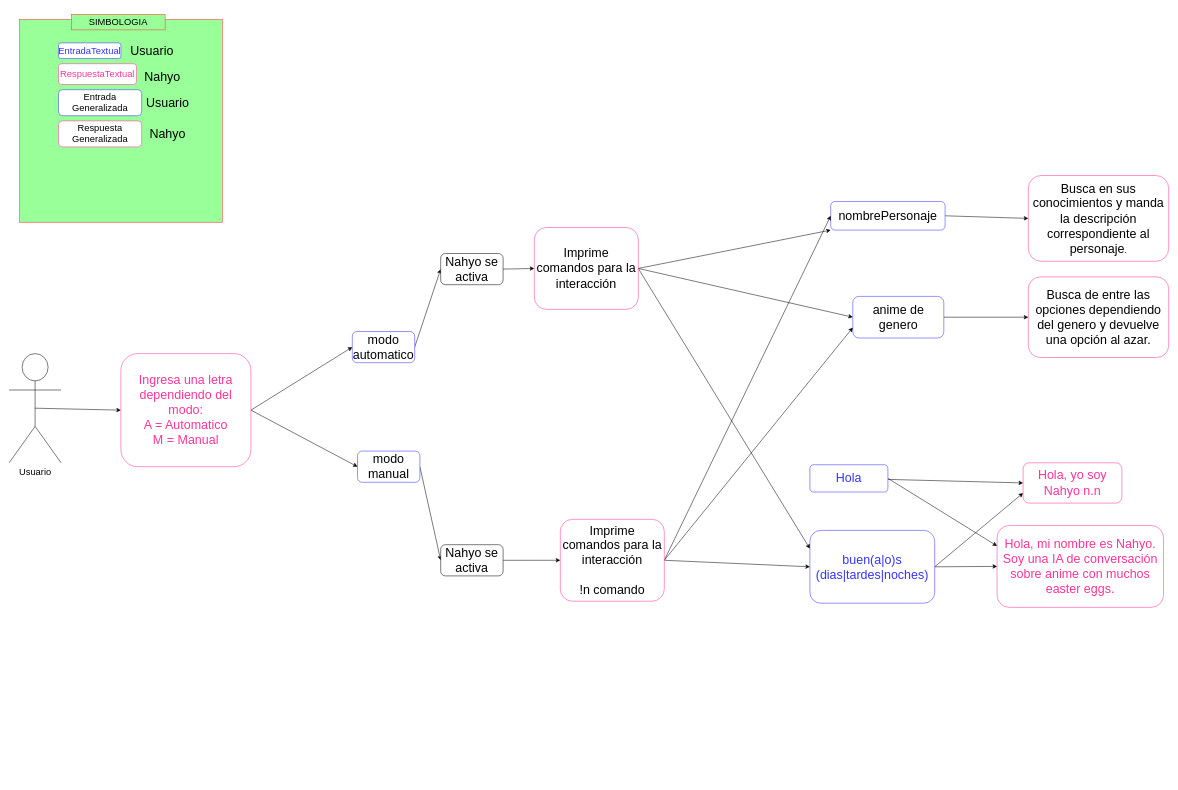
Earlier version of the draw.io diagram Diagrama/DiagramaGeneral.drawio (cynthializbeth/ChatBot). Source tidied: cells renumbered, new cells numbered last; positions are measured from the earlier drawing's top-left corner, leaving out a move shared by most shapes. Both pictures are drawn from the tidied source at 52%, with x=0, y=0 at pixel (9, 14).
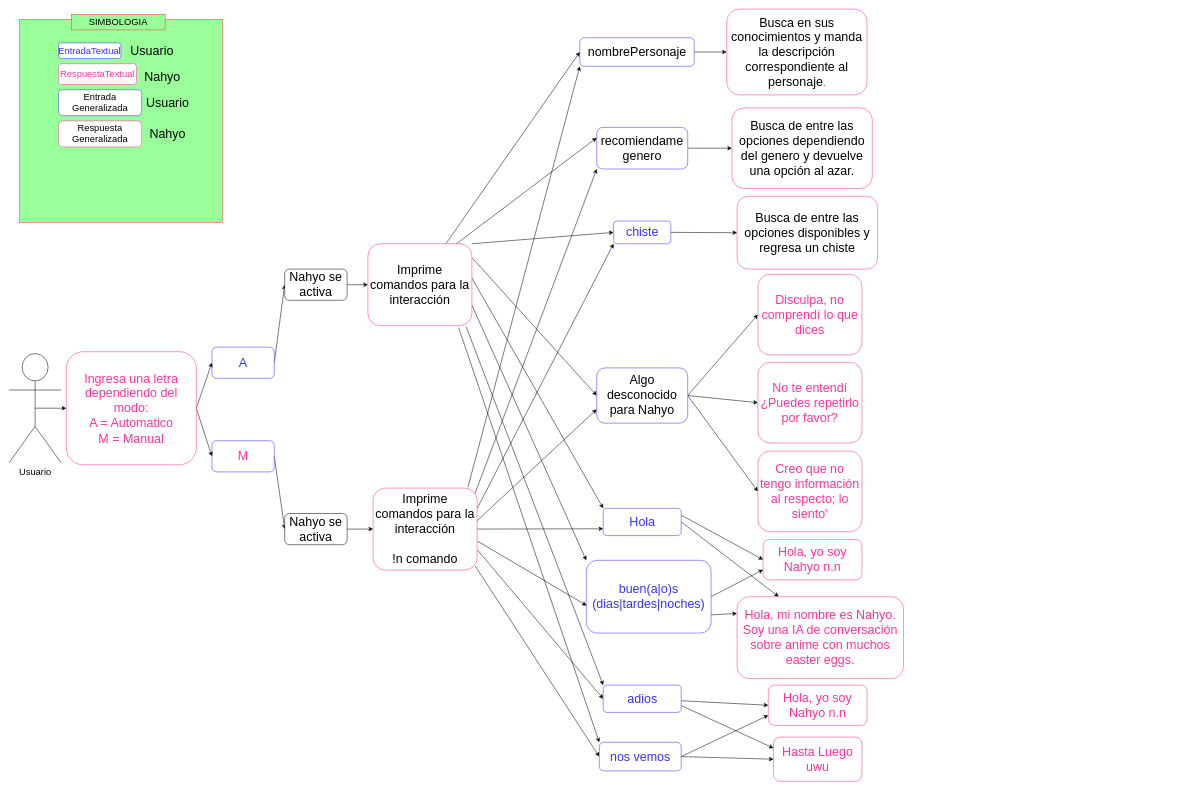
After the change.

Diff of the diagram source:
```diff
@@
-    <mxCell id="3" style="rounded=0;jettySize=auto;html=1;entryX=0;entryY=0.5;entryDx=0;entryDy=0;" parent="1" edge="1" source="5" target="9">
+    <mxCell id="3" style="rounded=0;jettySize=auto;html=1;entryX=0;entryY=0.5;entryDx=0;entryDy=0;exitX=1;exitY=0.25;exitDx=0;exitDy=0;" parent="1" edge="1" source="5" target="9">
       <mxGeometry relative="1" as="geometry" />
     </mxCell>
-    <mxCell id="4" style="rounded=0;jettySize=auto;html=1;exitX=1;exitY=0.5;exitDx=0;exitDy=0;entryX=0;entryY=0.25;entryDx=0;entryDy=0;" parent="1" edge="1" source="5" target="10">
+    <mxCell id="4" style="rounded=0;jettySize=auto;html=1;exitX=1;exitY=0.5;exitDx=0;exitDy=0;entryX=0.25;entryY=0;entryDx=0;entryDy=0;" parent="1" edge="1" source="5" target="10">
       <mxGeometry relative="1" as="geometry" />
     </mxCell>
     <mxCell id="5" value="&lt;div&gt;&lt;font style=&quot;font-size: 24px;&quot; color=&quot;#3333FF&quot;&gt;Hola&lt;/font&gt;&lt;/div&gt;" style="rounded=1;whiteSpace=wrap;html=1;strokeColor=#3333FF;" parent="1" vertex="1">
-      <mxGeometry x="1540" y="866.2" width="150" height="52.5" as="geometry" />
+      <mxGeometry x="1142.5" y="950" width="150" height="52.5" as="geometry" />
     </mxCell>
-    <mxCell id="6" style="rounded=0;jettySize=auto;html=1;exitX=1;exitY=0.5;exitDx=0;exitDy=0;entryX=0;entryY=0.5;entryDx=0;entryDy=0;" parent="1" edge="1" source="8" target="10">
+    <mxCell id="6" style="rounded=0;jettySize=auto;html=1;exitX=1;exitY=0.75;exitDx=0;exitDy=0;entryX=-0.001;entryY=0.205;entryDx=0;entryDy=0;entryPerimeter=0;" parent="1" edge="1" source="8" target="10">
       <mxGeometry relative="1" as="geometry" />
     </mxCell>
@@
     <mxCell id="8" value="&lt;font style=&quot;font-size: 24px;&quot; color=&quot;#3333FF&quot;&gt;buen(a|o)s (dias|tardes|noches)&lt;/font&gt;" style="rounded=1;whiteSpace=wrap;html=1;strokeColor=#3333FF;" parent="1" vertex="1">
-      <mxGeometry x="1540" y="992.5" width="240" height="140" as="geometry" />
+      <mxGeometry x="1110" y="1050" width="240" height="140" as="geometry" />
     </mxCell>
     <mxCell id="9" value="&lt;font style=&quot;font-size: 24px;&quot; color=&quot;#FF3399&quot;&gt;Hola, yo soy Nahyo n.n&lt;/font&gt;" style="rounded=1;whiteSpace=wrap;html=1;strokeColor=#FF3399;" parent="1" vertex="1">
-      <mxGeometry x="1950" y="862.5" width="190" height="77.5" as="geometry" />
+      <mxGeometry x="1450" y="1010" width="190" height="77.5" as="geometry" />
     </mxCell>
     <mxCell id="10" value="&lt;font style=&quot;font-size: 24px;&quot; color=&quot;#FF3399&quot;&gt;Hola, mi nombre es Nahyo. Soy una IA de conversación sobre anime con muchos easter eggs.&lt;/font&gt;" style="rounded=1;whiteSpace=wrap;html=1;strokeColor=#FF3399;" parent="1" vertex="1">
-      <mxGeometry x="1900" y="983" width="320" height="157.5" as="geometry" />
+      <mxGeometry x="1400" y="1120" width="320" height="157.5" as="geometry" />
     </mxCell>
@@
     <mxCell id="20" value="&lt;font style=&quot;font-size: 24px;&quot;&gt;nombrePersonaje&lt;/font&gt;" style="rounded=1;whiteSpace=wrap;html=1;strokeColor=#3333FF;" parent="1" vertex="1">
-      <mxGeometry x="1580" y="360" width="220" height="55" as="geometry" />
+      <mxGeometry x="1097.5" y="45" width="220" height="55" as="geometry" />
     </mxCell>
     <mxCell id="21" value="&lt;div&gt;&lt;font style=&quot;font-size: 24px;&quot;&gt;Busca en sus conocimientos y manda la descripción correspondiente al personaje&lt;/font&gt;&lt;font size=&quot;3&quot;&gt;.&lt;/font&gt;&lt;/div&gt;" style="rounded=1;whiteSpace=wrap;html=1;strokeColor=#FF3399;" parent="1" vertex="1">
-      <mxGeometry x="1960" y="310" width="270" height="165" as="geometry" />
+      <mxGeometry x="1380" y="-10" width="270" height="165" as="geometry" />
     </mxCell>
@@
-    <mxCell id="23" value="&lt;font style=&quot;font-size: 24px;&quot;&gt;anime de genero&lt;/font&gt;" style="rounded=1;whiteSpace=wrap;html=1;strokeColor=#3333FF;" parent="1" vertex="1">
-      <mxGeometry x="1622.5" y="542.5" width="175" height="80" as="geometry" />
+    <mxCell id="23" value="&lt;font style=&quot;font-size: 24px;&quot;&gt;recomiendame genero&lt;/font&gt;" style="rounded=1;whiteSpace=wrap;html=1;strokeColor=#3333FF;" parent="1" vertex="1">
+      <mxGeometry x="1130" y="217.5" width="175" height="80" as="geometry" />
     </mxCell>
     <mxCell id="24" value="&lt;font style=&quot;font-size: 24px;&quot;&gt;Busca de entre las opciones dependiendo del genero y devuelve una opción al azar.&lt;/font&gt;" style="rounded=1;whiteSpace=wrap;html=1;strokeColor=#FF3399;" parent="1" vertex="1">
-      <mxGeometry x="1960" y="505" width="270" height="155" as="geometry" />
+      <mxGeometry x="1390" y="180" width="270" height="155" as="geometry" />
     </mxCell>
@@
-    <mxCell id="29" value="modo automatico" style="rounded=1;whiteSpace=wrap;html=1;fontSize=24;strokeColor=#3333FF;" parent="1" vertex="1">
-      <mxGeometry x="660" y="610" width="120" height="60" as="geometry" />
+    <mxCell id="29" value="&lt;font color=&quot;#3333FF&quot;&gt;A&lt;/font&gt;" style="rounded=1;whiteSpace=wrap;html=1;fontSize=24;strokeColor=#3333FF;" parent="1" vertex="1">
+      <mxGeometry x="390" y="640" width="120" height="60" as="geometry" />
     </mxCell>
@@
-    <mxCell id="31" value="modo manual" style="rounded=1;whiteSpace=wrap;html=1;fontSize=24;strokeColor=#3333FF;" parent="1" vertex="1">
-      <mxGeometry x="670" y="840" width="120" height="60" as="geometry" />
+    <mxCell id="31" value="&lt;font color=&quot;#FF3399&quot;&gt;M&lt;/font&gt;" style="rounded=1;whiteSpace=wrap;html=1;fontSize=24;strokeColor=#3333FF;" parent="1" vertex="1">
+      <mxGeometry x="390" y="820" width="120" height="60" as="geometry" />
     </mxCell>
-    <mxCell id="32" style="edgeStyle=none;rounded=0;jettySize=auto;html=1;exitX=1;exitY=0.5;exitDx=0;exitDy=0;entryX=0;entryY=0.25;entryDx=0;entryDy=0;fontSize=24;" parent="1" edge="1" source="45" target="8">
-      <mxGeometry relative="1" as="geometry" />
-    </mxCell>
-    <mxCell id="33" style="edgeStyle=none;rounded=0;jettySize=auto;html=1;exitX=1;exitY=0.5;exitDx=0;exitDy=0;entryX=0;entryY=0.5;entryDx=0;entryDy=0;fontSize=24;" parent="1" edge="1" source="45" target="23">
-      <mxGeometry relative="1" as="geometry" />
-    </mxCell>
-    <mxCell id="34" style="edgeStyle=none;rounded=0;jettySize=auto;html=1;fontSize=24;entryX=0;entryY=1;entryDx=0;entryDy=0;exitX=1;exitY=0.5;exitDx=0;exitDy=0;" parent="1" edge="1" source="45" target="20">
-      <mxGeometry relative="1" as="geometry" />
-    </mxCell>
@@
     <mxCell id="36" value="Nahyo se activa" style="rounded=1;whiteSpace=wrap;html=1;fontSize=24;" parent="1" vertex="1">
-      <mxGeometry x="830" y="460" width="120" height="60" as="geometry" />
+      <mxGeometry x="530" y="490" width="120" height="60" as="geometry" />
     </mxCell>
-    <mxCell id="37" style="edgeStyle=none;rounded=0;jettySize=auto;html=1;exitX=1;exitY=0.5;exitDx=0;exitDy=0;entryX=0;entryY=0.75;entryDx=0;entryDy=0;fontSize=24;" parent="1" edge="1" source="46" target="23">
-      <mxGeometry relative="1" as="geometry" />
-    </mxCell>
-    <mxCell id="38" style="edgeStyle=none;rounded=0;jettySize=auto;html=1;exitX=1;exitY=0.5;exitDx=0;exitDy=0;entryX=0;entryY=0.5;entryDx=0;entryDy=0;fontSize=24;" parent="1" edge="1" source="46" target="20">
-      <mxGeometry relative="1" as="geometry" />
-    </mxCell>
@@
     <mxCell id="40" value="Nahyo se activa" style="rounded=1;whiteSpace=wrap;html=1;fontSize=24;" parent="1" vertex="1">
-      <mxGeometry x="830" y="1020" width="120" height="60" as="geometry" />
+      <mxGeometry x="530" y="960" width="120" height="60" as="geometry" />
     </mxCell>
@@
     <mxCell id="43" value="&lt;div&gt;&lt;font style=&quot;font-size: 24px;&quot; color=&quot;#FF3399&quot;&gt;Ingresa una letra dependiendo del modo:&lt;/font&gt;&lt;/div&gt;&lt;div&gt;&lt;font style=&quot;font-size: 24px;&quot; color=&quot;#FF3399&quot;&gt;A = Automatico&lt;/font&gt;&lt;/div&gt;&lt;div&gt;&lt;font style=&quot;font-size: 24px;&quot; color=&quot;#FF3399&quot;&gt;M = Manual&lt;/font&gt;&lt;font color=&quot;#FF3399&quot;&gt;&lt;br&gt;&lt;/font&gt;&lt;/div&gt;" style="rounded=1;whiteSpace=wrap;html=1;strokeColor=#FF3399;" parent="1" vertex="1">
-      <mxGeometry x="215" y="652.5" width="250" height="217.5" as="geometry" />
+      <mxGeometry x="110" y="648.8" width="250" height="217.5" as="geometry" />
     </mxCell>
+    <mxCell id="34" style="edgeStyle=none;rounded=0;jettySize=auto;html=1;exitX=0.75;exitY=0;exitDx=0;exitDy=0;entryX=0;entryY=0.5;entryDx=0;entryDy=0;fontSize=24;fontColor=#FF3399;" parent="1" edge="1" source="45" target="20">
+      <mxGeometry relative="1" as="geometry" />
+    </mxCell>
+    <mxCell id="33" style="edgeStyle=none;rounded=0;jettySize=auto;html=1;exitX=0.845;exitY=0.007;exitDx=0;exitDy=0;entryX=0;entryY=0.25;entryDx=0;entryDy=0;fontSize=24;fontColor=#FF3399;exitPerimeter=0;" parent="1" edge="1" source="45" target="23">
+      <mxGeometry relative="1" as="geometry" />
+    </mxCell>
+    <mxCell id="47" style="edgeStyle=none;rounded=0;jettySize=auto;html=1;exitX=1;exitY=0;exitDx=0;exitDy=0;entryX=0;entryY=0.5;entryDx=0;entryDy=0;fontSize=24;fontColor=#FF3399;" parent="1" edge="1" source="45" target="58">
+      <mxGeometry relative="1" as="geometry" />
+    </mxCell>
+    <mxCell id="48" style="edgeStyle=none;rounded=0;jettySize=auto;html=1;exitX=1.005;exitY=0.176;exitDx=0;exitDy=0;entryX=0;entryY=0.5;entryDx=0;entryDy=0;fontSize=24;fontColor=#FF3399;exitPerimeter=0;" parent="1" edge="1" source="45" target="63">
+      <mxGeometry relative="1" as="geometry" />
+    </mxCell>
+    <mxCell id="49" style="edgeStyle=none;rounded=0;jettySize=auto;html=1;fontSize=24;fontColor=#FF3399;exitX=0.998;exitY=0.413;exitDx=0;exitDy=0;entryX=0;entryY=0;entryDx=0;entryDy=0;exitPerimeter=0;" parent="1" edge="1" source="45" target="5">
+      <mxGeometry relative="1" as="geometry" />
+    </mxCell>
+    <mxCell id="32" style="edgeStyle=none;rounded=0;jettySize=auto;html=1;exitX=1;exitY=0.75;exitDx=0;exitDy=0;entryX=0;entryY=0;entryDx=0;entryDy=0;fontSize=24;fontColor=#FF3399;" parent="1" edge="1" source="45" target="8">
+      <mxGeometry relative="1" as="geometry" />
+    </mxCell>
+    <mxCell id="50" style="edgeStyle=none;rounded=0;jettySize=auto;html=1;entryX=0;entryY=0;entryDx=0;entryDy=0;fontSize=24;fontColor=#3333FF;exitX=0.945;exitY=1.014;exitDx=0;exitDy=0;exitPerimeter=0;" parent="1" edge="1" source="45" target="69">
+      <mxGeometry relative="1" as="geometry" />
+    </mxCell>
+    <mxCell id="51" style="edgeStyle=none;rounded=0;jettySize=auto;html=1;exitX=0.872;exitY=1.023;exitDx=0;exitDy=0;entryX=0;entryY=0;entryDx=0;entryDy=0;fontSize=24;fontColor=#3333FF;exitPerimeter=0;" parent="1" edge="1" source="45" target="72">
+      <mxGeometry relative="1" as="geometry" />
+    </mxCell>
+    <mxCell id="45" value="&lt;font style=&quot;font-size: 24px;&quot;&gt;Imprime comandos para la interacción&lt;/font&gt;" style="rounded=1;whiteSpace=wrap;html=1;strokeColor=#FF3399;" parent="1" vertex="1">
+      <mxGeometry x="690" y="441.2" width="200" height="157.5" as="geometry" />
+    </mxCell>
+    <mxCell id="38" style="edgeStyle=none;rounded=0;jettySize=auto;html=1;exitX=0.912;exitY=-0.011;exitDx=0;exitDy=0;entryX=0;entryY=1;entryDx=0;entryDy=0;fontSize=24;fontColor=#FF3399;exitPerimeter=0;" parent="1" edge="1" source="46" target="20">
+      <mxGeometry relative="1" as="geometry" />
+    </mxCell>
+    <mxCell id="37" style="edgeStyle=none;rounded=0;jettySize=auto;html=1;entryX=0;entryY=1;entryDx=0;entryDy=0;fontSize=24;fontColor=#FF3399;exitX=0.98;exitY=0.067;exitDx=0;exitDy=0;exitPerimeter=0;" parent="1" edge="1" source="46" target="23">
+      <mxGeometry relative="1" as="geometry" />
+    </mxCell>
+    <mxCell id="52" style="edgeStyle=none;rounded=0;jettySize=auto;html=1;exitX=0.999;exitY=0.399;exitDx=0;exitDy=0;entryX=0;entryY=0.75;entryDx=0;entryDy=0;fontSize=24;fontColor=#FF3399;exitPerimeter=0;" parent="1" edge="1" source="46" target="63">
+      <mxGeometry relative="1" as="geometry" />
+    </mxCell>
+    <mxCell id="53" style="edgeStyle=none;rounded=0;jettySize=auto;html=1;exitX=1;exitY=0.5;exitDx=0;exitDy=0;entryX=0;entryY=0.75;entryDx=0;entryDy=0;fontSize=24;fontColor=#FF3399;" parent="1" edge="1" source="46" target="5">
+      <mxGeometry relative="1" as="geometry" />
+    </mxCell>
-    <mxCell id="44" style="rounded=0;jettySize=auto;html=1;exitX=1;exitY=0.5;exitDx=0;exitDy=0;fontSize=24;entryX=0;entryY=0.5;entryDx=0;entryDy=0;" parent="1" edge="1" source="46" target="8">
+    <mxCell id="44" style="edgeStyle=none;rounded=0;jettySize=auto;html=1;exitX=1.006;exitY=0.649;exitDx=0;exitDy=0;entryX=0.002;entryY=0.621;entryDx=0;entryDy=0;entryPerimeter=0;fontSize=24;fontColor=#FF3399;exitPerimeter=0;" parent="1" edge="1" source="46" target="8">
       <mxGeometry relative="1" as="geometry" />
     </mxCell>
-    <mxCell id="45" value="&lt;font style=&quot;font-size: 24px;&quot;&gt;Imprime comandos para la interacción&lt;/font&gt;" style="rounded=1;whiteSpace=wrap;html=1;strokeColor=#FF3399;" parent="1" vertex="1">
-      <mxGeometry x="1010" y="410" width="200" height="157.5" as="geometry" />
-    </mxCell>
+    <mxCell id="54" style="edgeStyle=none;rounded=0;jettySize=auto;html=1;entryX=0;entryY=1;entryDx=0;entryDy=0;fontSize=24;fontColor=#3333FF;exitX=1;exitY=0.25;exitDx=0;exitDy=0;" parent="1" edge="1" source="46" target="58">
+      <mxGeometry relative="1" as="geometry" />
+    </mxCell>
+    <mxCell id="55" style="edgeStyle=none;rounded=0;jettySize=auto;html=1;exitX=1;exitY=0.75;exitDx=0;exitDy=0;entryX=0;entryY=0.5;entryDx=0;entryDy=0;fontSize=24;fontColor=#3333FF;" parent="1" edge="1" source="46" target="69">
+      <mxGeometry relative="1" as="geometry" />
+    </mxCell>
+    <mxCell id="56" style="edgeStyle=none;rounded=0;jettySize=auto;html=1;exitX=0.98;exitY=0.948;exitDx=0;exitDy=0;entryX=0;entryY=0.5;entryDx=0;entryDy=0;fontSize=24;fontColor=#3333FF;exitPerimeter=0;" parent="1" edge="1" source="46" target="72">
+      <mxGeometry relative="1" as="geometry" />
+    </mxCell>
     <mxCell id="46" value="&lt;div&gt;&lt;font style=&quot;font-size: 24px;&quot;&gt;Imprime comandos para la interacción&lt;/font&gt;&lt;/div&gt;&lt;div&gt;&lt;font style=&quot;font-size: 24px;&quot;&gt;&lt;br&gt;&lt;/font&gt;&lt;/div&gt;&lt;div&gt;&lt;font style=&quot;font-size: 24px;&quot;&gt;!n comando &lt;br&gt;&lt;/font&gt;&lt;/div&gt;" style="rounded=1;whiteSpace=wrap;html=1;strokeColor=#FF3399;" parent="1" vertex="1">
-      <mxGeometry x="1060" y="971.2" width="200" height="157.5" as="geometry" />
+      <mxGeometry x="700" y="911.2" width="200" height="157.5" as="geometry" />
     </mxCell>
+    <mxCell id="57" style="edgeStyle=none;rounded=0;jettySize=auto;html=1;exitX=1;exitY=0.5;exitDx=0;exitDy=0;entryX=0;entryY=0.5;entryDx=0;entryDy=0;fontSize=18;" parent="1" edge="1" source="58" target="59">
+      <mxGeometry relative="1" as="geometry" />
+    </mxCell>
+    <mxCell id="58" value="&lt;font style=&quot;font-size: 24px;&quot; color=&quot;#3333FF&quot;&gt;chiste&lt;/font&gt;" style="rounded=1;whiteSpace=wrap;html=1;strokeColor=#3333FF;" parent="1" vertex="1">
+      <mxGeometry x="1162.5" y="397.5" width="110" height="43.8" as="geometry" />
+    </mxCell>
+    <mxCell id="59" value="&lt;font style=&quot;font-size: 24px;&quot;&gt;Busca de entre las opciones disponibles y regresa un chiste&lt;br&gt;&lt;/font&gt;" style="rounded=1;whiteSpace=wrap;html=1;strokeColor=#FF3399;" parent="1" vertex="1">
+      <mxGeometry x="1400" y="350" width="270" height="140" as="geometry" />
+    </mxCell>
+    <mxCell id="60" style="edgeStyle=none;rounded=0;jettySize=auto;html=1;exitX=1;exitY=0.5;exitDx=0;exitDy=0;entryX=0;entryY=0.5;entryDx=0;entryDy=0;fontSize=18;" parent="1" edge="1" source="63" target="64">
+      <mxGeometry relative="1" as="geometry" />
+    </mxCell>
+    <mxCell id="61" style="rounded=0;jettySize=auto;html=1;exitX=1;exitY=0.5;exitDx=0;exitDy=0;entryX=0;entryY=0.5;entryDx=0;entryDy=0;fontSize=24;fontColor=#FF3399;" parent="1" edge="1" source="63" target="65">
+      <mxGeometry relative="1" as="geometry" />
+    </mxCell>
+    <mxCell id="62" style="edgeStyle=none;rounded=0;jettySize=auto;html=1;exitX=1;exitY=0.5;exitDx=0;exitDy=0;entryX=0;entryY=0.5;entryDx=0;entryDy=0;fontSize=24;fontColor=#FF3399;" parent="1" edge="1" source="63" target="66">
+      <mxGeometry relative="1" as="geometry" />
+    </mxCell>
+    <mxCell id="63" value="&lt;font style=&quot;font-size: 24px;&quot;&gt;Algo desconocido para Nahyo&lt;/font&gt;" style="rounded=1;whiteSpace=wrap;html=1;strokeColor=#3333FF;" parent="1" vertex="1">
+      <mxGeometry x="1130" y="680" width="175" height="106.2" as="geometry" />
+    </mxCell>
+    <mxCell id="64" value="&lt;font style=&quot;font-size: 24px;&quot; color=&quot;#FF3399&quot;&gt;No te entendí ¿Puedes repetirlo por favor?&lt;/font&gt;" style="rounded=1;whiteSpace=wrap;html=1;strokeColor=#FF3399;" parent="1" vertex="1">
+      <mxGeometry x="1440" y="669.4" width="200" height="155" as="geometry" />
+    </mxCell>
+    <mxCell id="65" value="&lt;font style=&quot;font-size: 24px;&quot; color=&quot;#FF3399&quot;&gt;Creo que no tengo información al respecto; lo siento'&lt;br&gt;&lt;/font&gt;" style="rounded=1;whiteSpace=wrap;html=1;strokeColor=#FF3399;" parent="1" vertex="1">
+      <mxGeometry x="1440" y="840" width="200" height="155" as="geometry" />
+    </mxCell>
+    <mxCell id="66" value="&lt;font style=&quot;font-size: 24px;&quot; color=&quot;#FF3399&quot;&gt;Disculpa, no comprendí lo que dices&lt;br&gt;&lt;/font&gt;" style="rounded=1;whiteSpace=wrap;html=1;strokeColor=#FF3399;" parent="1" vertex="1">
+      <mxGeometry x="1440" y="500" width="200" height="155" as="geometry" />
+    </mxCell>
+    <mxCell id="67" style="rounded=0;jettySize=auto;html=1;entryX=0;entryY=0.5;entryDx=0;entryDy=0;" parent="1" edge="1" source="69" target="73">
+      <mxGeometry relative="1" as="geometry" />
+    </mxCell>
+    <mxCell id="68" style="rounded=0;jettySize=auto;html=1;exitX=1;exitY=0.75;exitDx=0;exitDy=0;entryX=0;entryY=0.25;entryDx=0;entryDy=0;" parent="1" edge="1" source="69" target="74">
+      <mxGeometry relative="1" as="geometry" />
+    </mxCell>
+    <mxCell id="69" value="&lt;font style=&quot;font-size: 24px;&quot; color=&quot;#3333FF&quot;&gt;adios&lt;/font&gt;" style="rounded=1;whiteSpace=wrap;html=1;strokeColor=#3333FF;" parent="1" vertex="1">
+      <mxGeometry x="1142.5" y="1290" width="150" height="52.5" as="geometry" />
+    </mxCell>
+    <mxCell id="70" style="rounded=0;jettySize=auto;html=1;exitX=1;exitY=0.5;exitDx=0;exitDy=0;entryX=0;entryY=0.5;entryDx=0;entryDy=0;" parent="1" edge="1" source="72" target="74">
+      <mxGeometry relative="1" as="geometry" />
+    </mxCell>
+    <mxCell id="71" style="edgeStyle=none;rounded=0;jettySize=auto;html=1;exitX=1;exitY=0.5;exitDx=0;exitDy=0;entryX=0;entryY=0.75;entryDx=0;entryDy=0;" parent="1" edge="1" source="72" target="73">
+      <mxGeometry relative="1" as="geometry" />
+    </mxCell>
+    <mxCell id="72" value="&lt;font style=&quot;font-size: 24px;&quot; color=&quot;#3333FF&quot;&gt;nos vemos&lt;br&gt;&lt;/font&gt;" style="rounded=1;whiteSpace=wrap;html=1;strokeColor=#3333FF;" parent="1" vertex="1">
+      <mxGeometry x="1135" y="1400" width="157.5" height="55" as="geometry" />
+    </mxCell>
+    <mxCell id="73" value="&lt;font style=&quot;font-size: 24px;&quot; color=&quot;#FF3399&quot;&gt;Hola, yo soy Nahyo n.n&lt;/font&gt;" style="rounded=1;whiteSpace=wrap;html=1;strokeColor=#FF3399;" parent="1" vertex="1">
+      <mxGeometry x="1460" y="1290" width="190" height="77.5" as="geometry" />
+    </mxCell>
+    <mxCell id="74" value="&lt;font style=&quot;font-size: 24px;&quot; color=&quot;#FF3399&quot;&gt;Hasta Luego uwu&lt;br&gt;&lt;/font&gt;" style="rounded=1;whiteSpace=wrap;html=1;strokeColor=#FF3399;" parent="1" vertex="1">
+      <mxGeometry x="1470" y="1390" width="170" height="85" as="geometry" />
+    </mxCell>
```
